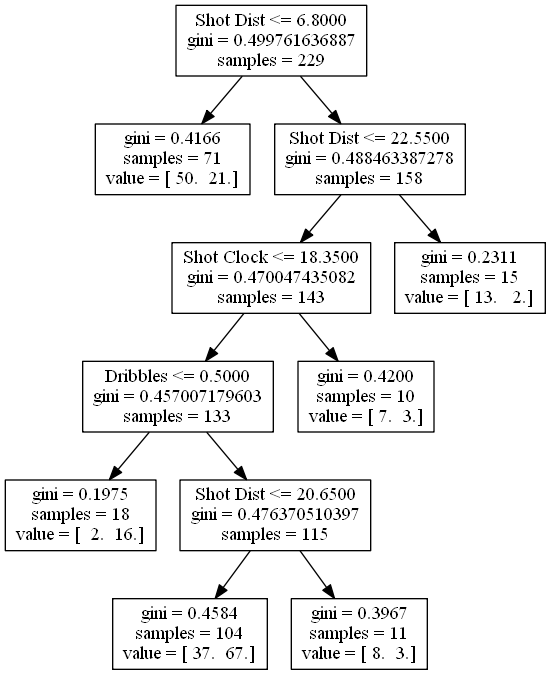
Before: tony_parker.png, a diagram exported from Graphviz (bveber/Analyze_NBA). Its source is kept beside it as tony_parker.dot. Source of this version:
```dot
digraph Tree {
0 [label="Shot Dist <= 6.8000\ngini = 0.499761636887\nsamples = 229", shape="box"] ;
1 [label="gini = 0.4166\nsamples = 71\nvalue = [ 50.  21.]", shape="box"] ;
0 -> 1 ;
2 [label="Shot Dist <= 22.5500\ngini = 0.488463387278\nsamples = 158", shape="box"] ;
0 -> 2 ;
3 [label="Shot Clock <= 18.3500\ngini = 0.470047435082\nsamples = 143", shape="box"] ;
2 -> 3 ;
4 [label="Dribbles <= 0.5000\ngini = 0.457007179603\nsamples = 133", shape="box"] ;
3 -> 4 ;
5 [label="gini = 0.1975\nsamples = 18\nvalue = [  2.  16.]", shape="box"] ;
4 -> 5 ;
6 [label="Shot Dist <= 20.6500\ngini = 0.476370510397\nsamples = 115", shape="box"] ;
4 -> 6 ;
7 [label="gini = 0.4584\nsamples = 104\nvalue = [ 37.  67.]", shape="box"] ;
6 -> 7 ;
8 [label="gini = 0.3967\nsamples = 11\nvalue = [ 8.  3.]", shape="box"] ;
6 -> 8 ;
9 [label="gini = 0.4200\nsamples = 10\nvalue = [ 7.  3.]", shape="box"] ;
3 -> 9 ;
10 [label="gini = 0.2311\nsamples = 15\nvalue = [ 13.   2.]", shape="box"] ;
2 -> 10 ;
}
```
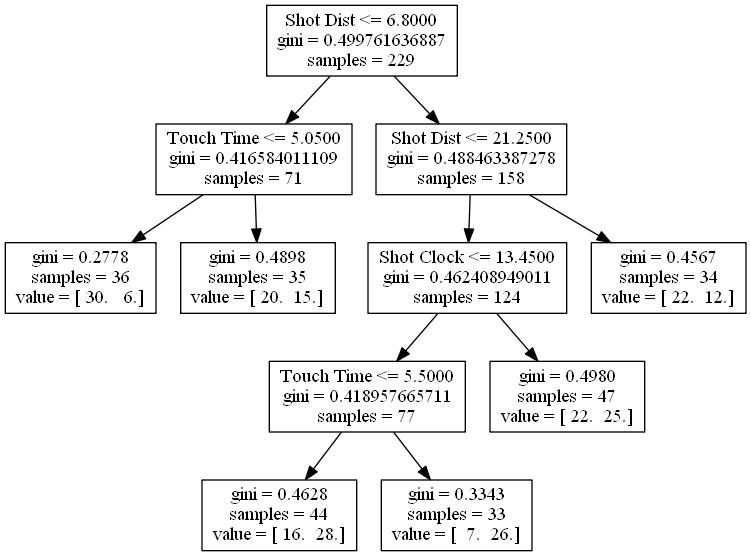
Later version of the same file.

What changed in the source:
```diff
@@ -1,23 +1,23 @@
 digraph Tree {
 0 [label="Shot Dist <= 6.8000\ngini = 0.499761636887\nsamples = 229", shape="box"] ;
-1 [label="gini = 0.4166\nsamples = 71\nvalue = [ 50.  21.]", shape="box"] ;
+1 [label="Touch Time <= 5.0500\ngini = 0.416584011109\nsamples = 71", shape="box"] ;
 0 -> 1 ;
-2 [label="Shot Dist <= 22.5500\ngini = 0.488463387278\nsamples = 158", shape="box"] ;
-0 -> 2 ;
-3 [label="Shot Clock <= 18.3500\ngini = 0.470047435082\nsamples = 143", shape="box"] ;
-2 -> 3 ;
-4 [label="Dribbles <= 0.5000\ngini = 0.457007179603\nsamples = 133", shape="box"] ;
-3 -> 4 ;
-5 [label="gini = 0.1975\nsamples = 18\nvalue = [  2.  16.]", shape="box"] ;
+2 [label="gini = 0.2778\nsamples = 36\nvalue = [ 30.   6.]", shape="box"] ;
+1 -> 2 ;
+3 [label="gini = 0.4898\nsamples = 35\nvalue = [ 20.  15.]", shape="box"] ;
+1 -> 3 ;
+4 [label="Shot Dist <= 21.2500\ngini = 0.488463387278\nsamples = 158", shape="box"] ;
+0 -> 4 ;
+5 [label="Shot Clock <= 13.4500\ngini = 0.462408949011\nsamples = 124", shape="box"] ;
 4 -> 5 ;
-6 [label="Shot Dist <= 20.6500\ngini = 0.476370510397\nsamples = 115", shape="box"] ;
-4 -> 6 ;
-7 [label="gini = 0.4584\nsamples = 104\nvalue = [ 37.  67.]", shape="box"] ;
+6 [label="Touch Time <= 5.5000\ngini = 0.418957665711\nsamples = 77", shape="box"] ;
+5 -> 6 ;
+7 [label="gini = 0.4628\nsamples = 44\nvalue = [ 16.  28.]", shape="box"] ;
 6 -> 7 ;
-8 [label="gini = 0.3967\nsamples = 11\nvalue = [ 8.  3.]", shape="box"] ;
+8 [label="gini = 0.3343\nsamples = 33\nvalue = [  7.  26.]", shape="box"] ;
 6 -> 8 ;
-9 [label="gini = 0.4200\nsamples = 10\nvalue = [ 7.  3.]", shape="box"] ;
-3 -> 9 ;
-10 [label="gini = 0.2311\nsamples = 15\nvalue = [ 13.   2.]", shape="box"] ;
-2 -> 10 ;
+9 [label="gini = 0.4980\nsamples = 47\nvalue = [ 22.  25.]", shape="box"] ;
+5 -> 9 ;
+10 [label="gini = 0.4567\nsamples = 34\nvalue = [ 22.  12.]", shape="box"] ;
+4 -> 10 ;
 }
```
